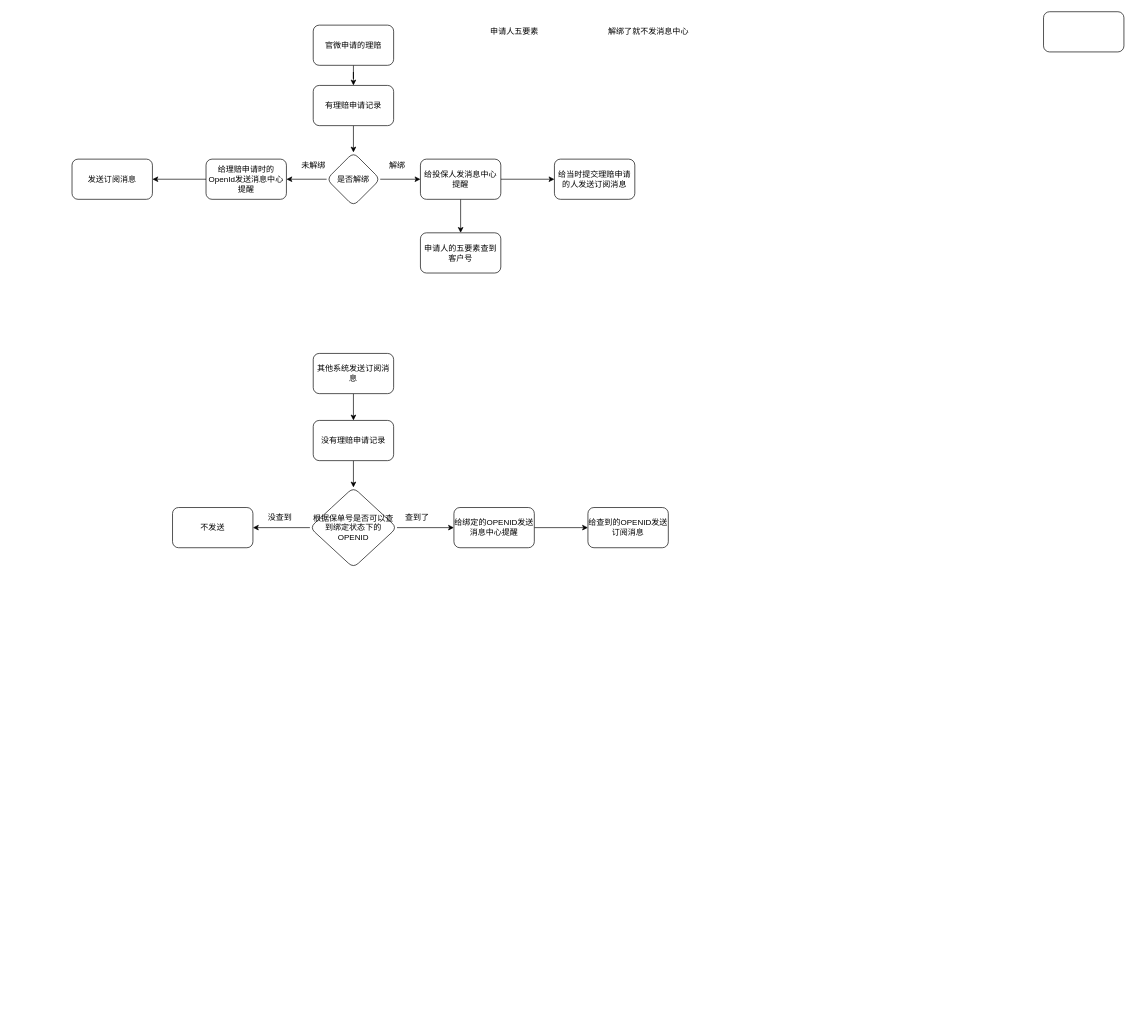
GaoAng-HRERS/diagram keeps this draw.io diagram as page "理赔消息中心" (4 of 4) of Untitled Diagram.drawio. Above is the earlier version. Source tidied: cells renumbered, new cells numbered last; positions are measured from the earlier drawing's top-left corner, leaving out a move shared by most shapes. Both pictures are drawn from the tidied source at 67%, with x=0, y=0 at pixel (72, 11).
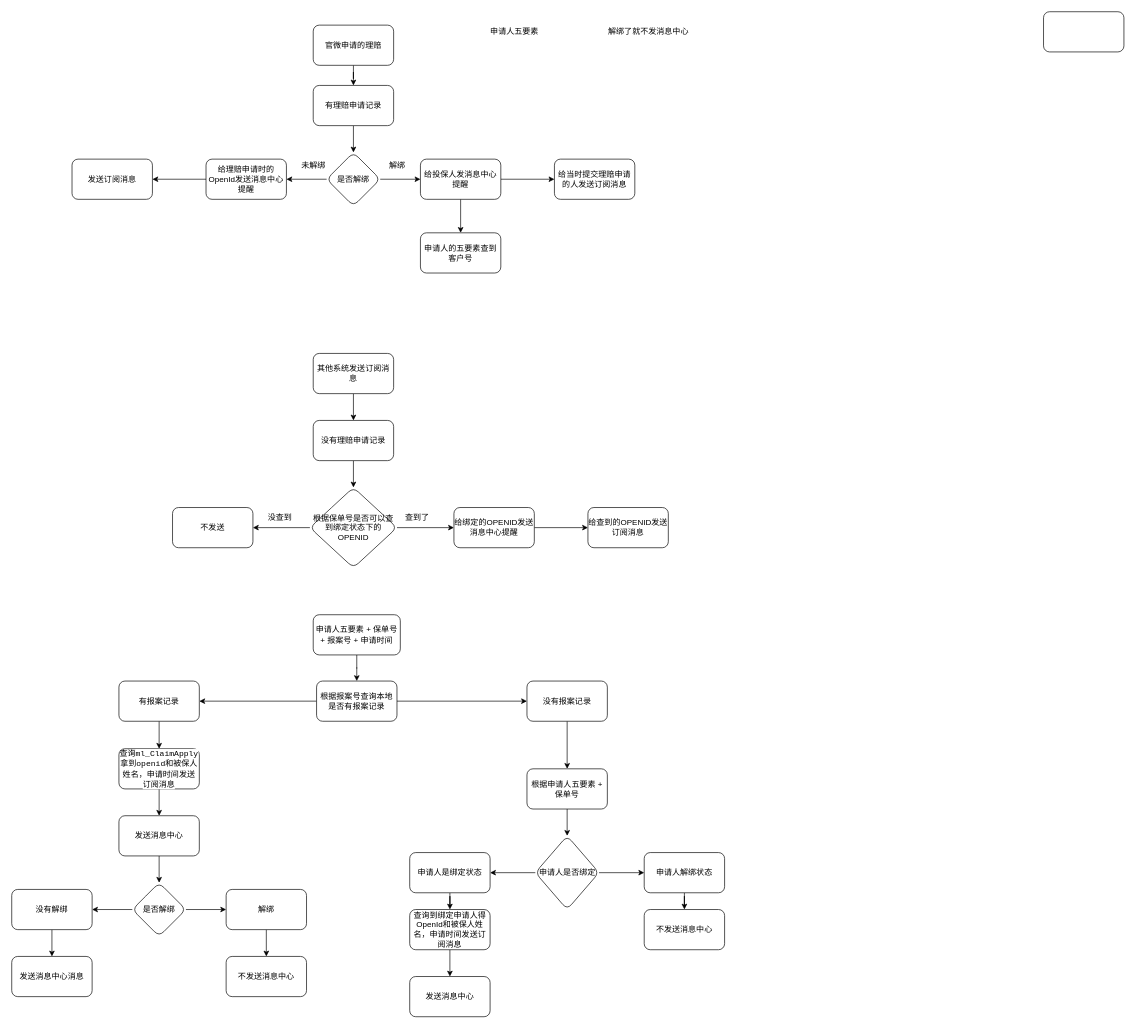
Above is the later version.

Diff of the diagram source:
```diff
@@
+    <mxCell id="35" style="edgeStyle=orthogonalEdgeStyle;rounded=0;jettySize=auto;html=1;" parent="1" edge="1" source="36" target="39">
+      <mxGeometry relative="1" as="geometry" />
+    </mxCell>
+    <mxCell id="36" value="申请人五要素 + 保单号 + 报案号 + 申请时间" style="rounded=1;whiteSpace=wrap;html=1;" parent="1" vertex="1">
+      <mxGeometry x="360" y="900" width="130" height="60" as="geometry" />
+    </mxCell>
+    <mxCell id="37" style="edgeStyle=orthogonalEdgeStyle;rounded=0;jettySize=auto;html=1;" parent="1" edge="1" source="39" target="41">
+      <mxGeometry relative="1" as="geometry" />
+    </mxCell>
+    <mxCell id="38" style="edgeStyle=orthogonalEdgeStyle;rounded=0;jettySize=auto;html=1;" parent="1" edge="1" source="39" target="43">
+      <mxGeometry relative="1" as="geometry" />
+    </mxCell>
+    <mxCell id="39" value="根据报案号查询本地是否有报案记录" style="whiteSpace=wrap;html=1;rounded=1;" parent="1" vertex="1">
+      <mxGeometry x="365" y="999" width="120" height="60" as="geometry" />
+    </mxCell>
+    <mxCell id="40" style="edgeStyle=orthogonalEdgeStyle;rounded=0;jettySize=auto;html=1;" parent="1" edge="1" source="41" target="45">
+      <mxGeometry relative="1" as="geometry" />
+    </mxCell>
+    <mxCell id="41" value="没有报案记录" style="whiteSpace=wrap;html=1;rounded=1;" parent="1" vertex="1">
+      <mxGeometry x="679" y="999" width="120" height="60" as="geometry" />
+    </mxCell>
+    <mxCell id="42" style="edgeStyle=orthogonalEdgeStyle;rounded=0;jettySize=auto;html=1;" parent="1" edge="1" source="43" target="47">
+      <mxGeometry relative="1" as="geometry" />
+    </mxCell>
+    <mxCell id="43" value="有报案记录" style="whiteSpace=wrap;html=1;rounded=1;" parent="1" vertex="1">
+      <mxGeometry x="70" y="999" width="120" height="60" as="geometry" />
+    </mxCell>
+    <mxCell id="44" style="edgeStyle=orthogonalEdgeStyle;rounded=0;jettySize=auto;html=1;fontSize=12;" parent="1" edge="1" source="45" target="61">
+      <mxGeometry relative="1" as="geometry" />
+    </mxCell>
+    <mxCell id="45" value="根据申请人五要素 + 保单号" style="whiteSpace=wrap;html=1;rounded=1;" parent="1" vertex="1">
+      <mxGeometry x="679" y="1130" width="120" height="60" as="geometry" />
+    </mxCell>
+    <mxCell id="46" style="edgeStyle=orthogonalEdgeStyle;rounded=0;jettySize=auto;html=1;fontSize=12;" parent="1" edge="1" source="47" target="49">
+      <mxGeometry relative="1" as="geometry" />
+    </mxCell>
+    <mxCell id="47" value="&lt;font style=&quot;font-size: 12px;&quot;&gt;查询&lt;span style=&quot;background-color: rgb(255, 255, 255); font-family: Consolas;&quot;&gt;ml_ClaimApply拿到openid和被保人姓名，申请时间发送订阅消息&lt;/span&gt;&lt;/font&gt;" style="whiteSpace=wrap;html=1;rounded=1;" parent="1" vertex="1">
+      <mxGeometry x="70" y="1100" width="120" height="60" as="geometry" />
+    </mxCell>
+    <mxCell id="48" style="edgeStyle=orthogonalEdgeStyle;rounded=0;jettySize=auto;html=1;fontSize=12;" parent="1" edge="1" source="49" target="52">
+      <mxGeometry relative="1" as="geometry" />
+    </mxCell>
+    <mxCell id="49" value="发送消息中心" style="whiteSpace=wrap;html=1;rounded=1;" parent="1" vertex="1">
+      <mxGeometry x="70" y="1200" width="120" height="60" as="geometry" />
+    </mxCell>
+    <mxCell id="50" style="edgeStyle=orthogonalEdgeStyle;rounded=0;jettySize=auto;html=1;fontSize=12;" parent="1" edge="1" source="52" target="54">
+      <mxGeometry relative="1" as="geometry" />
+    </mxCell>
+    <mxCell id="51" style="edgeStyle=orthogonalEdgeStyle;rounded=0;jettySize=auto;html=1;fontSize=12;" parent="1" edge="1" source="52" target="56">
+      <mxGeometry relative="1" as="geometry" />
+    </mxCell>
+    <mxCell id="52" value="是否解绑" style="rhombus;whiteSpace=wrap;html=1;rounded=1;" parent="1" vertex="1">
+      <mxGeometry x="90" y="1300" width="80" height="80" as="geometry" />
+    </mxCell>
+    <mxCell id="53" style="edgeStyle=orthogonalEdgeStyle;rounded=0;jettySize=auto;html=1;fontSize=12;" parent="1" edge="1" source="54" target="58">
+      <mxGeometry relative="1" as="geometry" />
+    </mxCell>
+    <mxCell id="54" value="没有解绑" style="whiteSpace=wrap;html=1;rounded=1;" parent="1" vertex="1">
+      <mxGeometry x="-90" y="1310" width="120" height="60" as="geometry" />
+    </mxCell>
+    <mxCell id="55" style="edgeStyle=orthogonalEdgeStyle;rounded=0;jettySize=auto;html=1;fontSize=12;" parent="1" edge="1" source="56" target="57">
+      <mxGeometry relative="1" as="geometry" />
+    </mxCell>
+    <mxCell id="56" value="解绑" style="whiteSpace=wrap;html=1;rounded=1;" parent="1" vertex="1">
+      <mxGeometry x="230" y="1310" width="120" height="60" as="geometry" />
+    </mxCell>
+    <mxCell id="57" value="不发送消息中心" style="whiteSpace=wrap;html=1;rounded=1;" parent="1" vertex="1">
+      <mxGeometry x="230" y="1410" width="120" height="60" as="geometry" />
+    </mxCell>
+    <mxCell id="58" value="发送消息中心消息" style="whiteSpace=wrap;html=1;rounded=1;" parent="1" vertex="1">
+      <mxGeometry x="-90" y="1410" width="120" height="60" as="geometry" />
+    </mxCell>
+    <mxCell id="59" style="edgeStyle=orthogonalEdgeStyle;rounded=0;jettySize=auto;html=1;fontSize=12;" parent="1" edge="1" source="61" target="63">
+      <mxGeometry relative="1" as="geometry" />
+    </mxCell>
+    <mxCell id="60" style="edgeStyle=orthogonalEdgeStyle;rounded=0;jettySize=auto;html=1;fontSize=12;" parent="1" edge="1" source="61" target="65">
+      <mxGeometry relative="1" as="geometry" />
+    </mxCell>
+    <mxCell id="61" value="申请人是否绑定" style="rhombus;whiteSpace=wrap;html=1;rounded=1;" parent="1" vertex="1">
+      <mxGeometry x="691.5" y="1230" width="95" height="110" as="geometry" />
+    </mxCell>
+    <mxCell id="62" style="edgeStyle=orthogonalEdgeStyle;rounded=0;jettySize=auto;html=1;fontSize=12;" parent="1" edge="1" source="63" target="66">
+      <mxGeometry relative="1" as="geometry" />
+    </mxCell>
+    <mxCell id="63" value="申请人解绑状态" style="whiteSpace=wrap;html=1;rounded=1;" parent="1" vertex="1">
+      <mxGeometry x="854" y="1255" width="120" height="60" as="geometry" />
+    </mxCell>
+    <mxCell id="64" style="edgeStyle=orthogonalEdgeStyle;rounded=0;jettySize=auto;html=1;fontSize=12;" parent="1" edge="1" source="65" target="68">
+      <mxGeometry relative="1" as="geometry" />
+    </mxCell>
+    <mxCell id="65" value="申请人是绑定状态" style="whiteSpace=wrap;html=1;rounded=1;" parent="1" vertex="1">
+      <mxGeometry x="504" y="1255" width="120" height="60" as="geometry" />
+    </mxCell>
+    <mxCell id="66" value="不发送消息中心" style="whiteSpace=wrap;html=1;rounded=1;" parent="1" vertex="1">
+      <mxGeometry x="854" y="1340" width="120" height="60" as="geometry" />
+    </mxCell>
+    <mxCell id="67" style="edgeStyle=orthogonalEdgeStyle;rounded=0;jettySize=auto;html=1;fontSize=12;" parent="1" edge="1" source="68" target="69">
+      <mxGeometry relative="1" as="geometry" />
+    </mxCell>
+    <mxCell id="68" value="查询到绑定申请人得OpenId和被保人姓名，申请时间发送订阅消息" style="whiteSpace=wrap;html=1;rounded=1;" parent="1" vertex="1">
+      <mxGeometry x="504" y="1340" width="120" height="60" as="geometry" />
+    </mxCell>
+    <mxCell id="69" value="发送消息中心" style="whiteSpace=wrap;html=1;rounded=1;" parent="1" vertex="1">
+      <mxGeometry x="504" y="1440" width="120" height="60" as="geometry" />
+    </mxCell>
```
